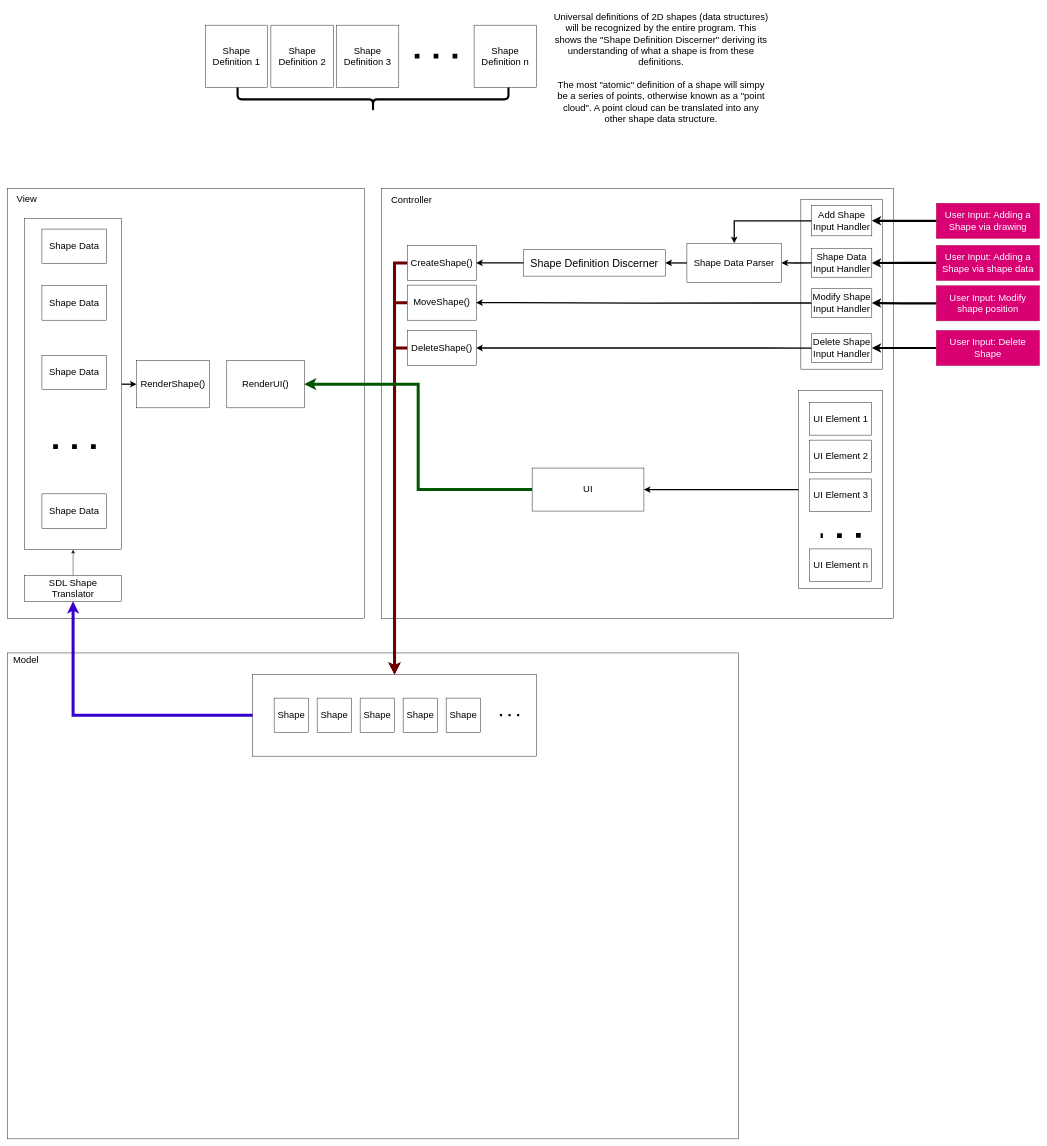
Earlier version of the draw.io diagram documentation/Architectural Diagrams/View Architecture.drawio (Argyraspides/Telos). Source tidied: cells renumbered, new cells numbered last; positions are measured from the earlier drawing's top-left corner, leaving out a move shared by most shapes. Both pictures are drawn from the tidied source at 43%, with x=0, y=0 at pixel (7, 7).
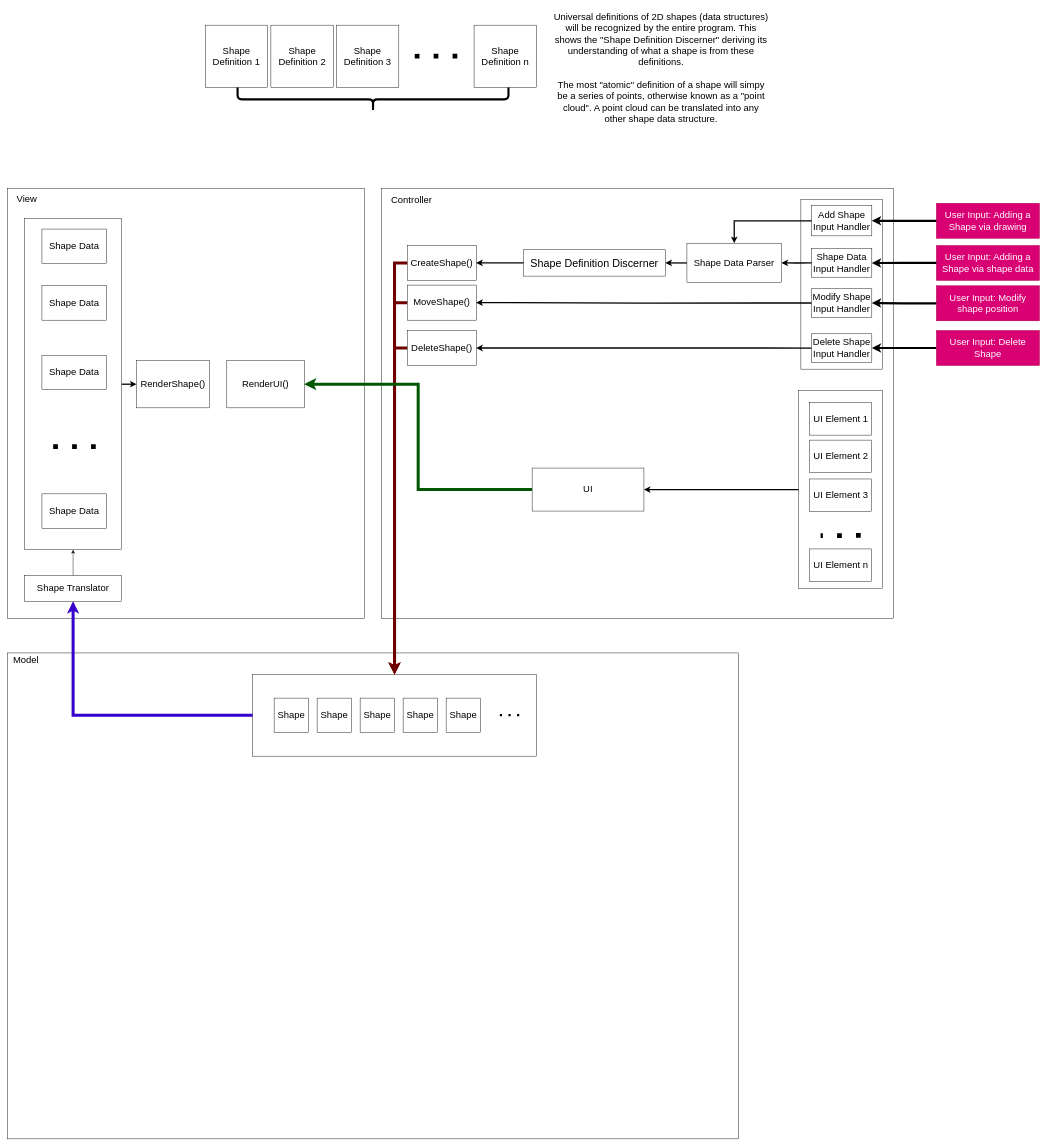
After the change.

Change to the diagram source:
```diff
@@
-    <mxCell id="36" value="SDL Shape&lt;br&gt;Translator" style="rounded=0;whiteSpace=wrap;html=1;fontSize=22;" parent="1" vertex="1">
+    <mxCell id="36" value="Shape Translator" style="rounded=0;whiteSpace=wrap;html=1;fontSize=22;" parent="1" vertex="1">
       <mxGeometry x="40" y="1321" width="225" height="60" as="geometry" />
     </mxCell>
```
